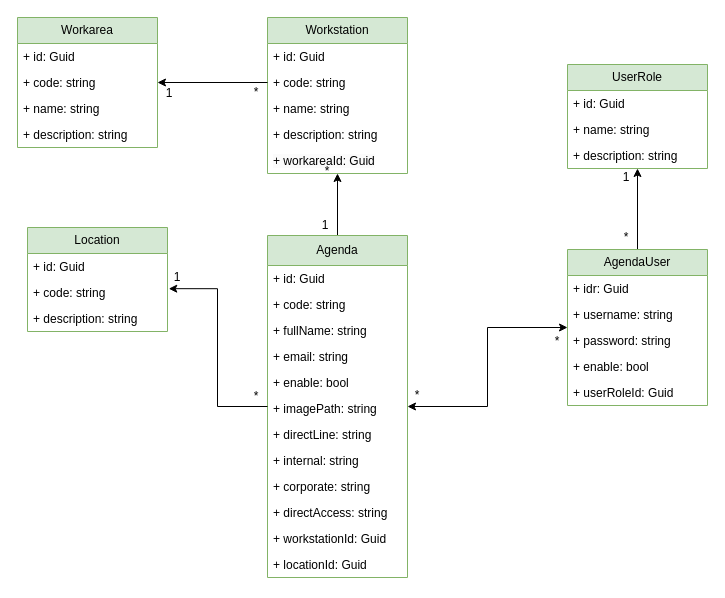
Before: src/MiasoftNanus.PhoneBook.Domain/PhoneBookModel.drawio in mabalderramav/MiasoftNanusPhoneBook, a draw.io diagram. Source tidied: cells renumbered, new cells numbered last; positions are measured from the earlier drawing's top-left corner, leaving out a move shared by most shapes. Both pictures are drawn from the tidied source at 100%, with x=0, y=0 at pixel (17, 17).
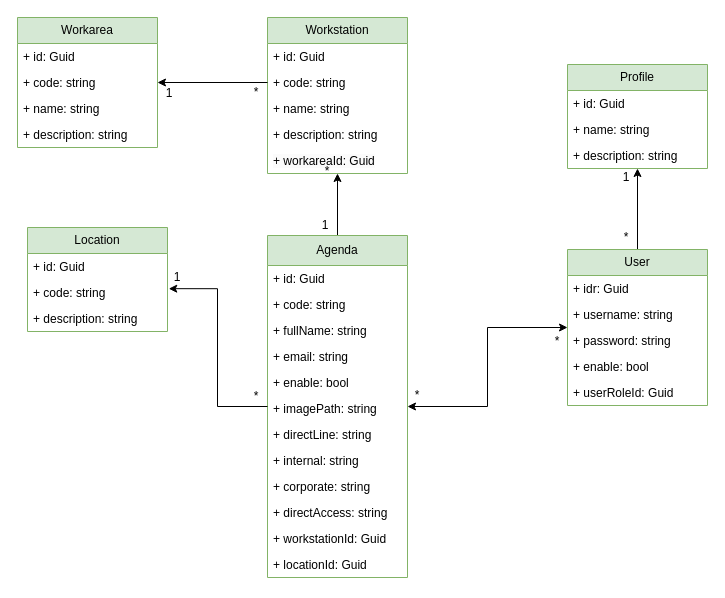
The same page after the edit.

Commit message:
Rename some class with Profile and User

Change to the diagram source:
```diff
@@
-    <mxCell id="34" value="AgendaUser" style="swimlane;fontStyle=0;horizontal=1;startSize=26;fillColor=#d5e8d4;whiteSpace=wrap;html=1;strokeColor=#82b366;" parent="1" vertex="1">
+    <mxCell id="34" value="User" style="swimlane;fontStyle=0;horizontal=1;startSize=26;fillColor=#d5e8d4;whiteSpace=wrap;html=1;strokeColor=#82b366;" parent="1" vertex="1">
       <mxGeometry x="550" y="232" width="140" height="156" as="geometry" />
     </mxCell>
@@
-    <mxCell id="40" value="UserRole" style="swimlane;fontStyle=0;horizontal=1;startSize=26;fillColor=#d5e8d4;whiteSpace=wrap;html=1;strokeColor=#82b366;" parent="1" vertex="1">
+    <mxCell id="40" value="Profile" style="swimlane;fontStyle=0;horizontal=1;startSize=26;fillColor=#d5e8d4;whiteSpace=wrap;html=1;strokeColor=#82b366;" parent="1" vertex="1">
       <mxGeometry x="550" y="47" width="140" height="104" as="geometry" />
     </mxCell>
```
